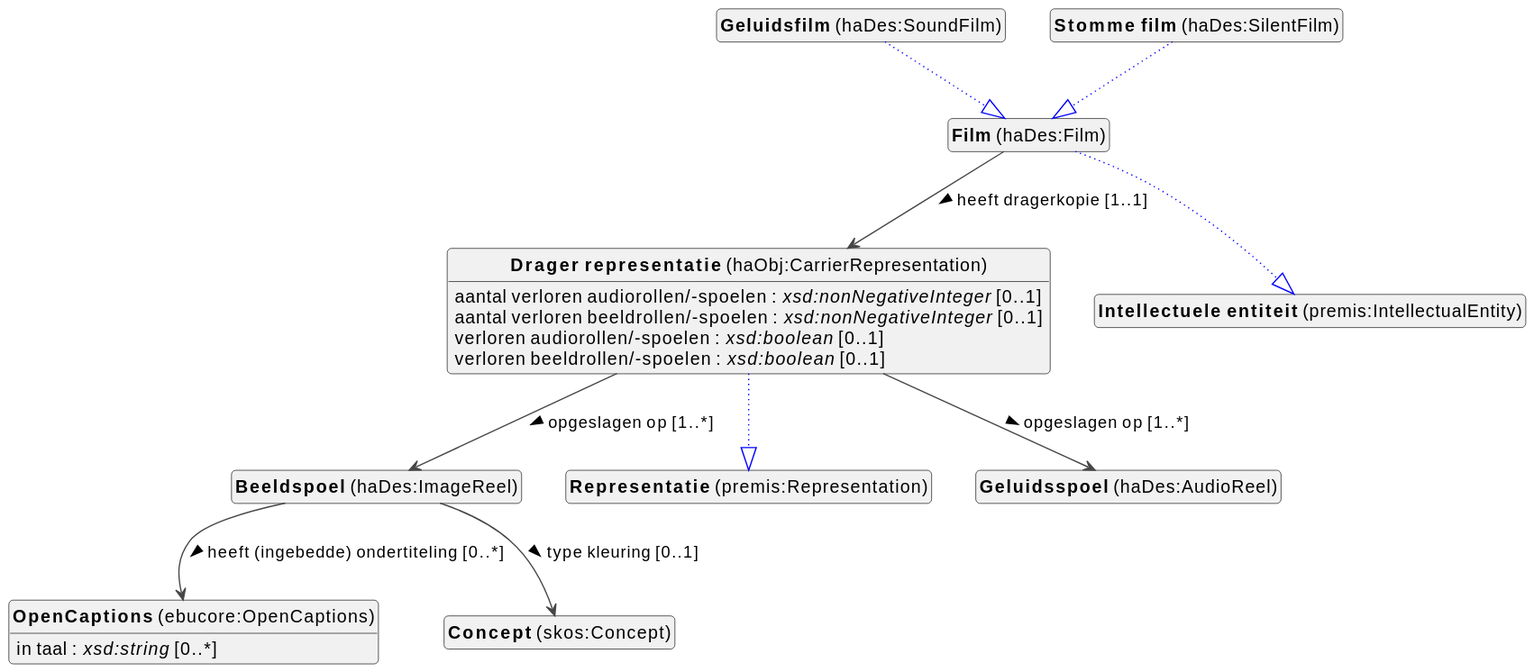
viaacode/documentation keeps this PlantUML diagram as docs/metadata/knowledge-graph/1.0.0/film/nl/film-diagram.svg. Above is the earlier version.
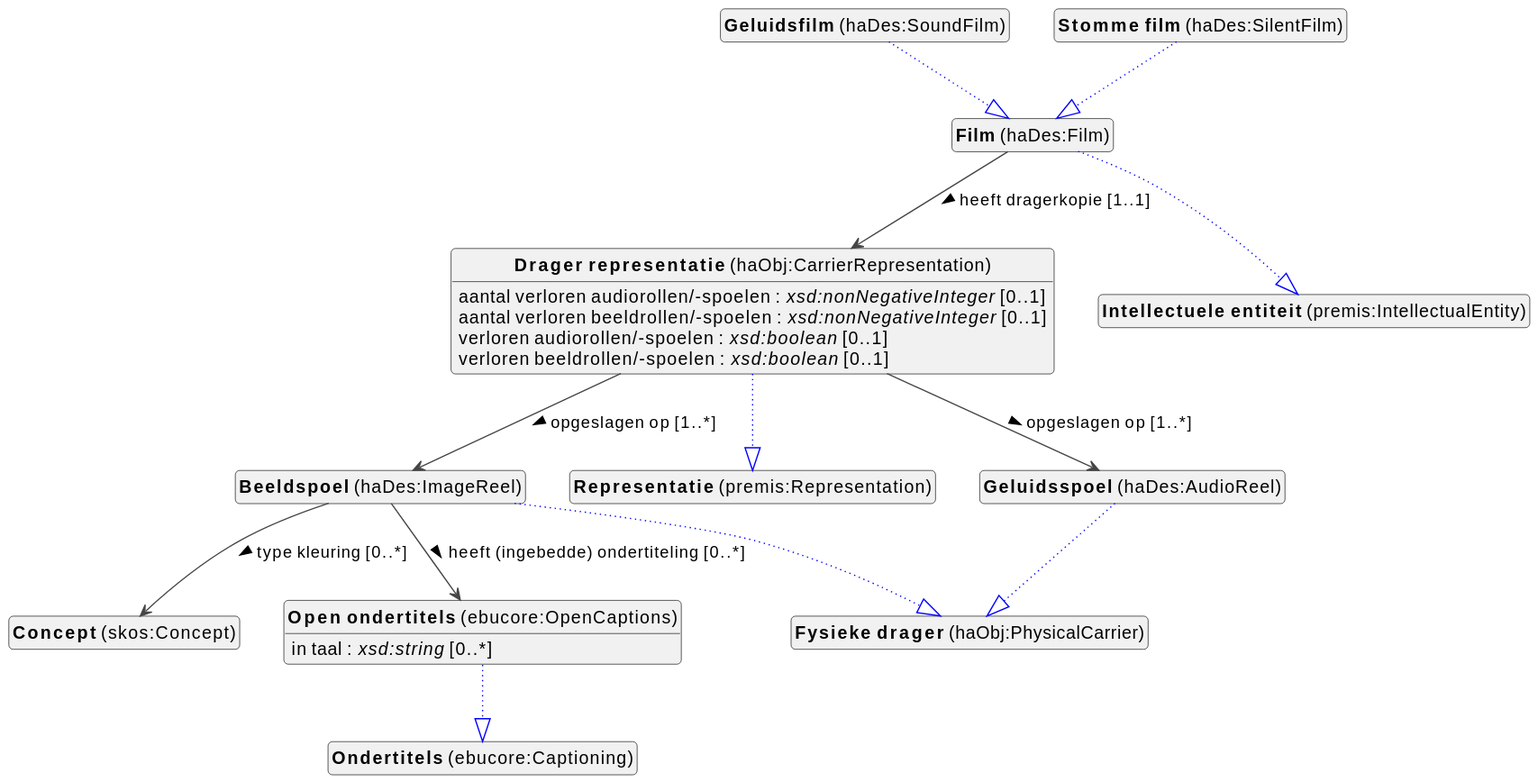
Above is the later version.

The edit, as a diff of the source:
```diff
@@ -10,8 +10,8 @@
 top to bottom direction
 
 
-class "<b>OpenCaptions</b> (ebucore:OpenCaptions)" as ebucore_OpenCaptions [[#ebucore%3AOpenCaptions]]
 class "<b>Beeldspoel</b> (haDes:ImageReel)" as haDes_ImageReel [[#haDes%3AImageReel]]
+class "<b>Fysieke drager</b> (haObj:PhysicalCarrier)" as haObj_PhysicalCarrier [[#haObj%3APhysicalCarrier]]
 class "<b>Concept</b> (skos:Concept)" as skos_Concept [[../../terms/nl#skos%3AConcept]]
 class "<b>Drager representatie</b> (haObj:CarrierRepresentation)" as haObj_CarrierRepresentation [[../../audiovisual/nl#haObj%3ACarrierRepresentation]]
 class "<b>Representatie</b> (premis:Representation)" as premis_Representation [[#premis%3ARepresentation]]
@@ -20,16 +20,16 @@
 class "<b>Geluidsfilm</b> (haDes:SoundFilm)" as haDes_SoundFilm [[#haDes%3ASoundFilm]]
 class "<b>Film</b> (haDes:Film)" as haDes_Film [[#haDes%3AFilm]]
 class "<b>Geluidsspoel</b> (haDes:AudioReel)" as haDes_AudioReel [[#haDes%3AAudioReel]]
+class "<b>Fysieke drager</b> (haObj:PhysicalCarrier)" as haObj_PhysicalCarrier [[#haObj%3APhysicalCarrier]]
+class "<b>Open ondertitels</b> (ebucore:OpenCaptions)" as ebucore_OpenCaptions [[#ebucore%3AOpenCaptions]]
+class "<b>Ondertitels</b> (ebucore:Captioning)" as ebucore_Captioning [[#ebucore%3ACaptioning]]
 class "<b>Stomme film</b> (haDes:SilentFilm)" as haDes_SilentFilm [[#haDes%3ASilentFilm]]
 class "<b>Film</b> (haDes:Film)" as haDes_Film [[#haDes%3AFilm]]
 
-
-ebucore_OpenCaptions : in taal : <i>xsd:string</i> [0..*]
-
-
+haDes_ImageReel --|> haObj_PhysicalCarrier #blue;line.dotted;text:blue
 
 haDes_ImageReel --> ebucore_OpenCaptions :heeft (ingebedde) ondertiteling [0..*]  >
-haDes_ImageReel --> skos_Concept :type kleuring [0..1]  >
+haDes_ImageReel --> skos_Concept :type kleuring [0..*]  >
 
 
 
@@ -52,6 +52,12 @@
 haDes_SoundFilm --|> haDes_Film #blue;line.dotted;text:blue
 
 
+haDes_AudioReel --|> haObj_PhysicalCarrier #blue;line.dotted;text:blue
+
+
+ebucore_OpenCaptions --|> ebucore_Captioning #blue;line.dotted;text:blue
+
+ebucore_OpenCaptions : in taal : <i>xsd:string</i> [0..*]
 
 
 haDes_SilentFilm --|> haDes_Film #blue;line.dotted;text:blue
```
